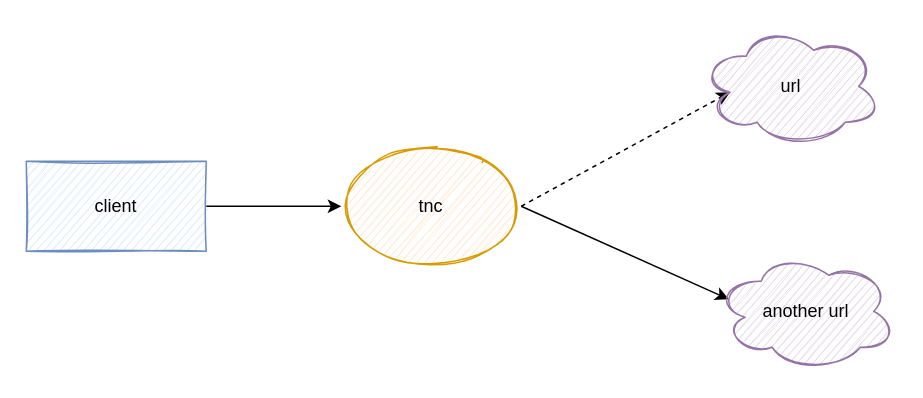
Above: tnc-请求改写.drawio in wangpengfeido/my-diagrams (draw.io), before the change. Source tidied: cells renumbered, new cells numbered last; positions are measured from the earlier drawing's top-left corner, leaving out a move shared by most shapes. Both pictures are drawn from the tidied source at 150%, with x=0, y=0 at pixel (26, 26).
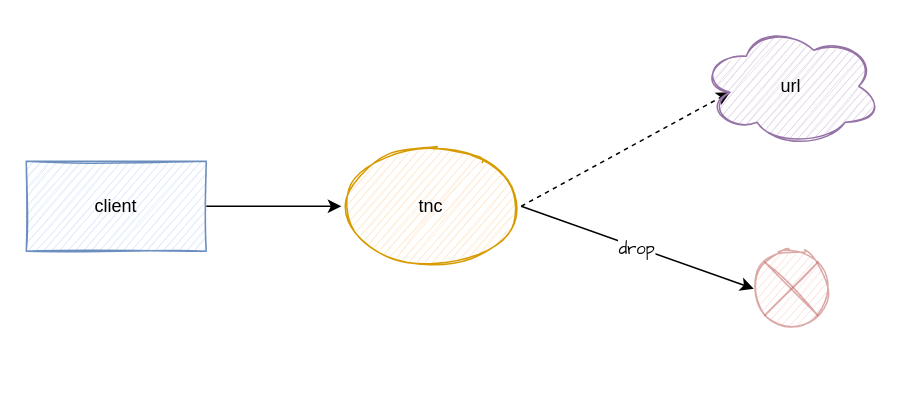
The same page after the edit.

Change to the diagram source:
```diff
@@
 <mxGraphModel>
   <root>
     <mxCell id="0" />
     <mxCell id="1" parent="0" />
     <mxCell id="2" style="edgeStyle=orthogonalEdgeStyle;rounded=0;jettySize=auto;html=1;exitX=1;exitY=0.5;exitDx=0;exitDy=0;" parent="1" edge="1" source="3" target="6">
       <mxGeometry relative="1" as="geometry" />
     </mxCell>
     <mxCell id="3" value="client" style="rounded=0;whiteSpace=wrap;html=1;sketch=1;fillColor=#dae8fc;strokeColor=#6c8ebf;shadow=0;glass=0;" parent="1" vertex="1">
       <mxGeometry y="90" width="120" height="60" as="geometry" />
     </mxCell>
     <mxCell id="4" style="rounded=0;jettySize=auto;html=1;exitX=1;exitY=0.5;exitDx=0;exitDy=0;entryX=0.16;entryY=0.55;entryDx=0;entryDy=0;entryPerimeter=0;dashed=1;" parent="1" edge="1" source="6" target="7">
       <mxGeometry relative="1" as="geometry" />
     </mxCell>
-    <mxCell id="5" style="edgeStyle=none;rounded=0;jettySize=auto;html=1;exitX=1;exitY=0.5;exitDx=0;exitDy=0;entryX=0.07;entryY=0.4;entryDx=0;entryDy=0;entryPerimeter=0;" parent="1" edge="1" source="6" target="8">
+    <mxCell id="5" style="edgeStyle=none;rounded=0;jettySize=auto;html=1;exitX=1;exitY=0.5;exitDx=0;exitDy=0;entryX=0;entryY=0.5;entryDx=0;entryDy=0;" parent="1" edge="1" source="6" target="10">
       <mxGeometry relative="1" as="geometry" />
     </mxCell>
+    <mxCell id="9" value="drop" style="edgeLabel;html=1;align=center;verticalAlign=middle;fontFamily=Comic Sans MS;" parent="5" vertex="1">
+      <mxGeometry x="-0.02" relative="1" as="geometry" />
+    </mxCell>
     <mxCell id="6" value="tnc" style="ellipse;whiteSpace=wrap;html=1;rounded=0;shadow=0;glass=0;sketch=1;fillColor=#ffe6cc;strokeColor=#d79b00;" parent="1" vertex="1">
       <mxGeometry x="210" y="80" width="120" height="80" as="geometry" />
     </mxCell>
     <mxCell id="7" value="url" style="ellipse;shape=cloud;whiteSpace=wrap;html=1;rounded=0;shadow=0;glass=0;sketch=1;fillColor=#e1d5e7;strokeColor=#9673a6;" parent="1" vertex="1">
       <mxGeometry x="450" width="120" height="80" as="geometry" />
     </mxCell>
-    <mxCell id="8" value="another url" style="ellipse;shape=cloud;whiteSpace=wrap;html=1;rounded=0;shadow=0;glass=0;sketch=1;fillColor=#e1d5e7;strokeColor=#9673a6;" parent="1" vertex="1">
-      <mxGeometry x="460" y="150" width="120" height="80" as="geometry" />
-    </mxCell>
+    <mxCell id="10" style="shape=sumEllipse;perimeter=ellipsePerimeter;whiteSpace=wrap;html=1;backgroundOutline=1;sketch=1;fontFamily=Comic Sans MS;fillColor=#f8cecc;opacity=50;strokeColor=#b85450;" parent="1" vertex="1">
+      <mxGeometry x="485" y="150" width="50" height="50" as="geometry" />
+    </mxCell>
   </root>
 </mxGraphModel>
```
